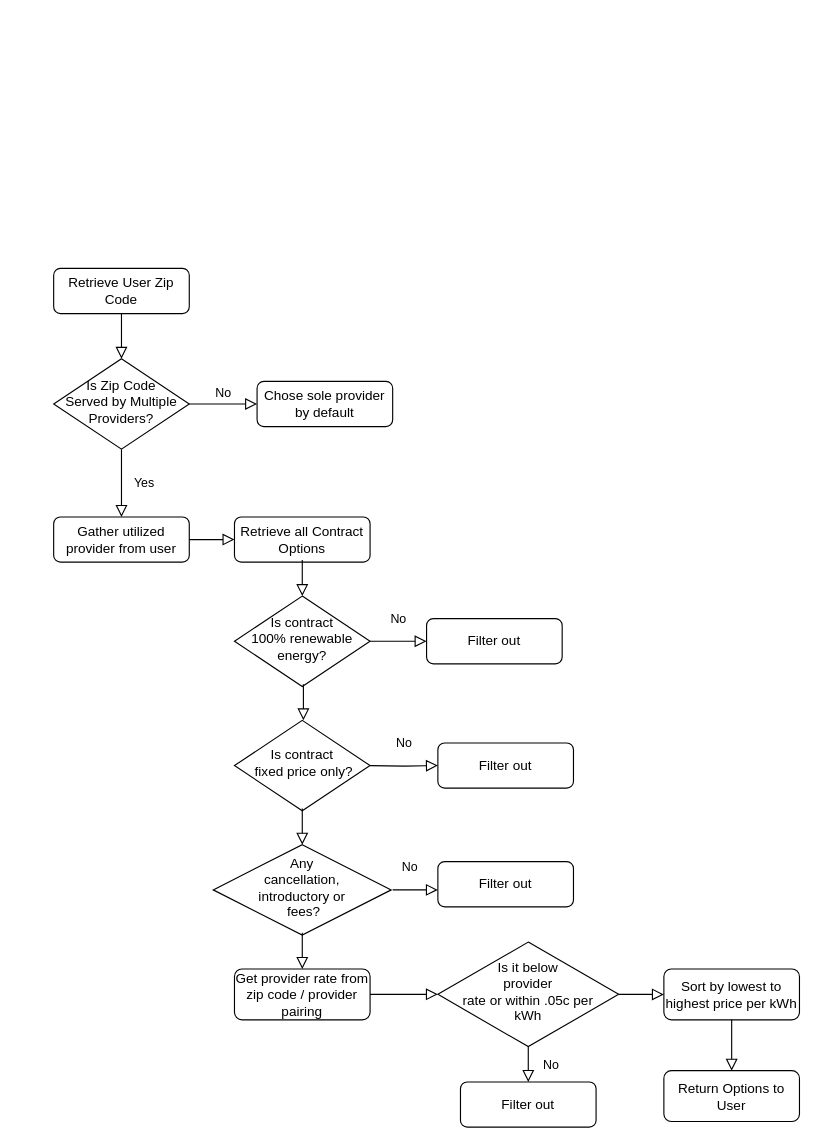
This is documentation/diagrams/SAC-Flow.drawio from PSUCapstone2023-Group1/Clean-Energy-PA, a draw.io file, before an edit. Source tidied: cells renumbered, new cells numbered last; positions are measured from the earlier drawing's top-left corner, leaving out a move shared by most shapes. Both pictures are drawn from the tidied source at 113%, with x=0, y=0 at pixel (53, 268).
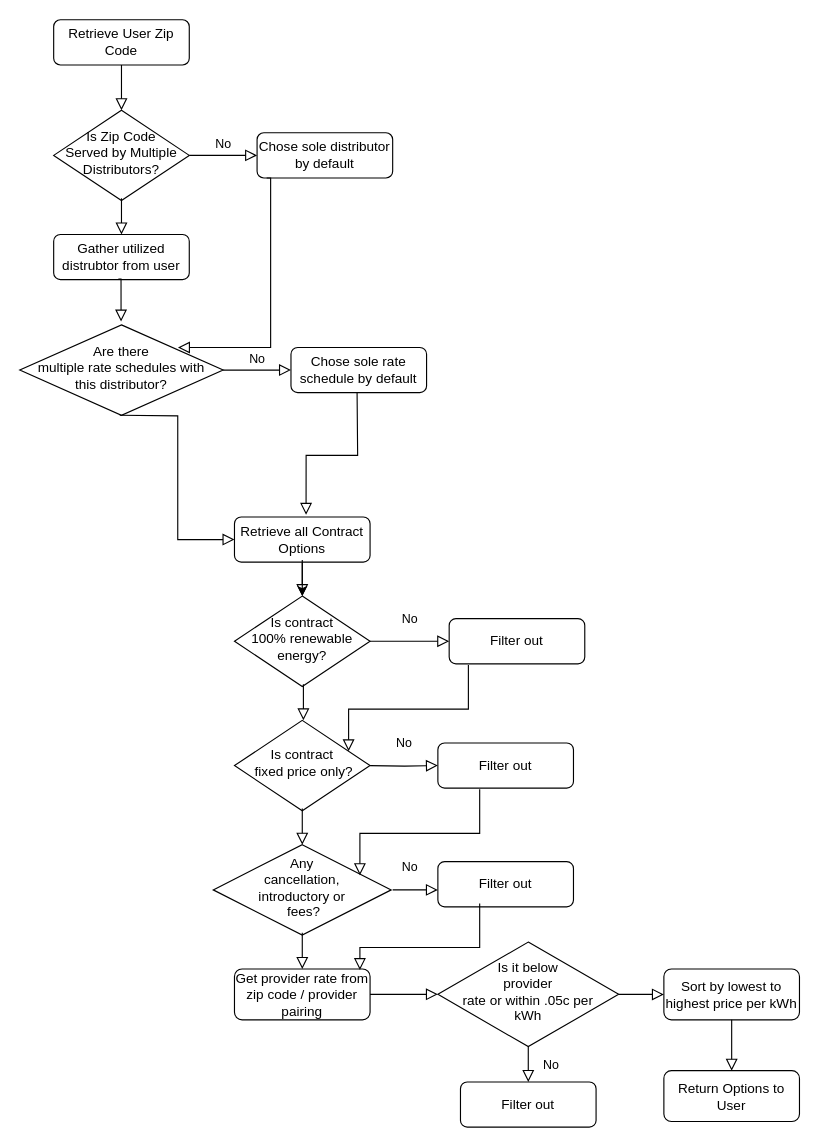
After the change.

Commit message:
Update flow diagram

The change refers to these unchanged cells:
```xml
<mxCell id="8" value="Retrieve all Contract Options" style="rounded=1;whiteSpace=wrap;html=1;fontSize=12;glass=0;strokeWidth=1;shadow=0;" parent="1" vertex="1">
  <mxGeometry x="160" y="220" width="120" height="40" as="geometry" />
</mxCell>
<mxCell id="10" value="Is contract &lt;br&gt;100% renewable &lt;br&gt;energy?" style="rhombus;whiteSpace=wrap;html=1;shadow=0;fontFamily=Helvetica;fontSize=12;align=center;strokeWidth=1;spacing=6;spacingTop=-4;" parent="1" vertex="1">
  <mxGeometry x="160" y="290" width="120" height="80" as="geometry" />
</mxCell>
<mxCell id="11" value="Is contract&lt;br&gt;&amp;nbsp;fixed price only?" style="rhombus;whiteSpace=wrap;html=1;shadow=0;fontFamily=Helvetica;fontSize=12;align=center;strokeWidth=1;spacing=6;spacingTop=-4;" parent="1" vertex="1">
  <mxGeometry x="160" y="400" width="120" height="80" as="geometry" />
</mxCell>
<mxCell id="14" value="Is it below &lt;br&gt;provider &lt;br&gt;rate or within .05c per &lt;br&gt;kWh" style="rhombus;whiteSpace=wrap;html=1;shadow=0;fontFamily=Helvetica;fontSize=12;align=center;strokeWidth=1;spacing=6;spacingTop=-4;" parent="1" vertex="1">
  <mxGeometry x="340" y="596.2" width="160" height="92.5" as="geometry" />
</mxCell>
<mxCell id="15" value="Sort by lowest to highest price per kWh" style="rounded=1;whiteSpace=wrap;html=1;fontSize=12;glass=0;strokeWidth=1;shadow=0;" parent="1" vertex="1">
  <mxGeometry x="540" y="620" width="120" height="45" as="geometry" />
</mxCell>
```

Change to the diagram source:
```diff
@@
-    <mxCell id="2" style="rounded=0;html=1;jettySize=auto;fontSize=11;endArrow=block;endFill=0;endSize=8;strokeWidth=1;shadow=0;labelBackgroundColor=none;edgeStyle=orthogonalEdgeStyle;" parent="1" edge="1" source="3" target="6">
-      <mxGeometry relative="1" as="geometry" />
-    </mxCell>
+    <mxCell id="33" style="rounded=0;html=1;jettySize=auto;fontSize=11;endArrow=block;endFill=0;endSize=8;strokeWidth=1;shadow=0;labelBackgroundColor=none;edgeStyle=orthogonalEdgeStyle;" parent="1" edge="1" source="3" target="35">
+      <mxGeometry relative="1" as="geometry" />
+    </mxCell>
     <mxCell id="3" value="Retrieve User Zip Code" style="rounded=1;whiteSpace=wrap;html=1;fontSize=12;glass=0;strokeWidth=1;shadow=0;" parent="1" vertex="1">
-      <mxGeometry width="120" height="40" as="geometry" />
+      <mxGeometry y="-220" width="120" height="40" as="geometry" />
     </mxCell>
-    <mxCell id="4" value="Yes" style="rounded=0;html=1;jettySize=auto;fontSize=11;endArrow=block;endFill=0;endSize=8;strokeWidth=1;shadow=0;labelBackgroundColor=none;edgeStyle=orthogonalEdgeStyle;" parent="1" edge="1" source="6" target="9">
-      <mxGeometry y="20" relative="1" as="geometry" />
-    </mxCell>
-    <mxCell id="5" value="No" style="edgeStyle=orthogonalEdgeStyle;rounded=0;html=1;jettySize=auto;fontSize=11;endArrow=block;endFill=0;endSize=8;strokeWidth=1;shadow=0;labelBackgroundColor=none;" parent="1" edge="1" source="6" target="7">
-      <mxGeometry y="10" relative="1" as="geometry" />
-    </mxCell>
-    <mxCell id="6" value="Is Zip Code &lt;br&gt;Served by Multiple Providers?" style="rhombus;whiteSpace=wrap;html=1;shadow=0;fontFamily=Helvetica;fontSize=12;align=center;strokeWidth=1;spacing=6;spacingTop=-4;" parent="1" vertex="1">
-      <mxGeometry y="80" width="120" height="80" as="geometry" />
-    </mxCell>
-    <mxCell id="7" value="Chose sole provider by default" style="rounded=1;whiteSpace=wrap;html=1;fontSize=12;glass=0;strokeWidth=1;shadow=0;" parent="1" vertex="1">
-      <mxGeometry x="180" y="100" width="120" height="40" as="geometry" />
-    </mxCell>
+    <mxCell id="34" value="No" style="edgeStyle=orthogonalEdgeStyle;rounded=0;html=1;jettySize=auto;fontSize=11;endArrow=block;endFill=0;endSize=8;strokeWidth=1;shadow=0;labelBackgroundColor=none;" parent="1" edge="1" source="35" target="36">
+      <mxGeometry y="10" relative="1" as="geometry" />
+    </mxCell>
+    <mxCell id="35" value="Is Zip Code &lt;br&gt;Served by Multiple Distributors?" style="rhombus;whiteSpace=wrap;html=1;shadow=0;fontFamily=Helvetica;fontSize=12;align=center;strokeWidth=1;spacing=6;spacingTop=-4;" parent="1" vertex="1">
+      <mxGeometry y="-140" width="120" height="80" as="geometry" />
+    </mxCell>
+    <mxCell id="36" value="Chose sole distributor by default" style="rounded=1;whiteSpace=wrap;html=1;fontSize=12;glass=0;strokeWidth=1;shadow=0;" parent="1" vertex="1">
+      <mxGeometry x="180" y="-120" width="120" height="40" as="geometry" />
+    </mxCell>
+    <mxCell id="37" style="edgeStyle=orthogonalEdgeStyle;rounded=0;jettySize=auto;html=1;" parent="1" edge="1" source="8" target="10">
+      <mxGeometry relative="1" as="geometry" />
+    </mxCell>
@@
-    <mxCell id="9" value="Gather utilized provider from user" style="rounded=1;whiteSpace=wrap;html=1;fontSize=12;glass=0;strokeWidth=1;shadow=0;" parent="1" vertex="1">
-      <mxGeometry y="220" width="120" height="40" as="geometry" />
-    </mxCell>
+    <mxCell id="38" value="Gather utilized distrubtor from user" style="rounded=1;whiteSpace=wrap;html=1;fontSize=12;glass=0;strokeWidth=1;shadow=0;" parent="1" vertex="1">
+      <mxGeometry y="-30" width="120" height="40" as="geometry" />
+    </mxCell>
@@
-    <mxCell id="16" value="Filter out" style="rounded=1;whiteSpace=wrap;html=1;fontSize=12;glass=0;strokeWidth=1;shadow=0;" parent="1" vertex="1">
-      <mxGeometry x="330" y="310" width="120" height="40" as="geometry" />
-    </mxCell>
-    <mxCell id="17" value="No" style="rounded=0;html=1;jettySize=auto;fontSize=11;endArrow=block;endFill=0;endSize=8;strokeWidth=1;shadow=0;labelBackgroundColor=none;edgeStyle=orthogonalEdgeStyle;exitX=1;exitY=0.5;exitDx=0;exitDy=0;entryX=0;entryY=0.5;entryDx=0;entryDy=0;" parent="1" edge="1" source="10" target="16">
-      <mxGeometry y="20" relative="1" as="geometry" />
-    </mxCell>
-    <mxCell id="18" style="edgeStyle=orthogonalEdgeStyle;rounded=0;html=1;jettySize=auto;fontSize=11;endArrow=block;endFill=0;endSize=8;strokeWidth=1;shadow=0;labelBackgroundColor=none;exitX=1;exitY=0.5;exitDx=0;exitDy=0;entryX=0;entryY=0.5;entryDx=0;entryDy=0;" parent="1" edge="1" source="9" target="8">
-      <mxGeometry y="10" relative="1" as="geometry" />
-    </mxCell>
-    <mxCell id="19" style="rounded=0;html=1;jettySize=auto;orthogonalLoop=1;fontSize=11;endArrow=block;endFill=0;endSize=8;strokeWidth=1;shadow=0;labelBackgroundColor=none;edgeStyle=orthogonalEdgeStyle;" parent="1" edge="1">
-      <mxGeometry relative="1" as="geometry">
-        <mxPoint x="220" y="258" as="sourcePoint" />
-        <mxPoint x="220" y="290" as="targetPoint" />
-      </mxGeometry>
-    </mxCell>
-    <mxCell id="20" style="rounded=0;html=1;jettySize=auto;orthogonalLoop=1;fontSize=11;endArrow=block;endFill=0;endSize=8;strokeWidth=1;shadow=0;labelBackgroundColor=none;edgeStyle=orthogonalEdgeStyle;" parent="1" edge="1">
-      <mxGeometry relative="1" as="geometry">
-        <mxPoint x="221" y="368" as="sourcePoint" />
-        <mxPoint x="221" y="400" as="targetPoint" />
-      </mxGeometry>
-    </mxCell>
-    <mxCell id="21" style="rounded=0;html=1;jettySize=auto;orthogonalLoop=1;fontSize=11;endArrow=block;endFill=0;endSize=8;strokeWidth=1;shadow=0;labelBackgroundColor=none;edgeStyle=orthogonalEdgeStyle;" parent="1" edge="1">
-      <mxGeometry relative="1" as="geometry">
-        <mxPoint x="220" y="478" as="sourcePoint" />
-        <mxPoint x="220" y="510" as="targetPoint" />
-      </mxGeometry>
-    </mxCell>
-    <mxCell id="22" style="rounded=0;html=1;jettySize=auto;orthogonalLoop=1;fontSize=11;endArrow=block;endFill=0;endSize=8;strokeWidth=1;shadow=0;labelBackgroundColor=none;edgeStyle=orthogonalEdgeStyle;" parent="1" edge="1">
-      <mxGeometry relative="1" as="geometry">
-        <mxPoint x="220" y="588" as="sourcePoint" />
-        <mxPoint x="220" y="620" as="targetPoint" />
-      </mxGeometry>
-    </mxCell>
+    <mxCell id="39" value="Filter out" style="rounded=1;whiteSpace=wrap;html=1;fontSize=12;glass=0;strokeWidth=1;shadow=0;" parent="1" vertex="1">
+      <mxGeometry x="350" y="310" width="120" height="40" as="geometry" />
+    </mxCell>
+    <mxCell id="40" value="No" style="rounded=0;html=1;jettySize=auto;fontSize=11;endArrow=block;endFill=0;endSize=8;strokeWidth=1;shadow=0;labelBackgroundColor=none;edgeStyle=orthogonalEdgeStyle;exitX=1;exitY=0.5;exitDx=0;exitDy=0;entryX=0;entryY=0.5;entryDx=0;entryDy=0;" parent="1" edge="1" source="10" target="39">
+      <mxGeometry y="20" relative="1" as="geometry" />
+    </mxCell>
+    <mxCell id="41" style="rounded=0;html=1;jettySize=auto;orthogonalLoop=1;fontSize=11;endArrow=block;endFill=0;endSize=8;strokeWidth=1;shadow=0;labelBackgroundColor=none;edgeStyle=orthogonalEdgeStyle;" parent="1" edge="1">
+      <mxGeometry relative="1" as="geometry">
+        <mxPoint x="220" y="258" as="sourcePoint" />
+        <mxPoint x="220" y="290" as="targetPoint" />
+      </mxGeometry>
+    </mxCell>
+    <mxCell id="42" style="rounded=0;html=1;jettySize=auto;orthogonalLoop=1;fontSize=11;endArrow=block;endFill=0;endSize=8;strokeWidth=1;shadow=0;labelBackgroundColor=none;edgeStyle=orthogonalEdgeStyle;" parent="1" edge="1">
+      <mxGeometry relative="1" as="geometry">
+        <mxPoint x="221" y="368" as="sourcePoint" />
+        <mxPoint x="221" y="400" as="targetPoint" />
+      </mxGeometry>
+    </mxCell>
+    <mxCell id="43" style="rounded=0;html=1;jettySize=auto;orthogonalLoop=1;fontSize=11;endArrow=block;endFill=0;endSize=8;strokeWidth=1;shadow=0;labelBackgroundColor=none;edgeStyle=orthogonalEdgeStyle;" parent="1" edge="1">
+      <mxGeometry relative="1" as="geometry">
+        <mxPoint x="220" y="478" as="sourcePoint" />
+        <mxPoint x="220" y="510" as="targetPoint" />
+      </mxGeometry>
+    </mxCell>
+    <mxCell id="44" style="rounded=0;html=1;jettySize=auto;orthogonalLoop=1;fontSize=11;endArrow=block;endFill=0;endSize=8;strokeWidth=1;shadow=0;labelBackgroundColor=none;edgeStyle=orthogonalEdgeStyle;" parent="1" edge="1">
+      <mxGeometry relative="1" as="geometry">
+        <mxPoint x="220" y="588" as="sourcePoint" />
+        <mxPoint x="220" y="620" as="targetPoint" />
+      </mxGeometry>
+    </mxCell>
@@
-    <mxCell id="24" value="Filter out" style="rounded=1;whiteSpace=wrap;html=1;fontSize=12;glass=0;strokeWidth=1;shadow=0;" parent="1" vertex="1">
-      <mxGeometry x="340" y="420" width="120" height="40" as="geometry" />
-    </mxCell>
-    <mxCell id="25" value="Filter out" style="rounded=1;whiteSpace=wrap;html=1;fontSize=12;glass=0;strokeWidth=1;shadow=0;" parent="1" vertex="1">
-      <mxGeometry x="340" y="525" width="120" height="40" as="geometry" />
-    </mxCell>
-    <mxCell id="26" value="No" style="rounded=0;html=1;jettySize=auto;fontSize=11;endArrow=block;endFill=0;endSize=8;strokeWidth=1;shadow=0;labelBackgroundColor=none;edgeStyle=orthogonalEdgeStyle;exitX=1;exitY=0.5;exitDx=0;exitDy=0;entryX=0;entryY=0.5;entryDx=0;entryDy=0;" parent="1" edge="1" target="24">
-      <mxGeometry y="20" relative="1" as="geometry">
-        <mxPoint x="280" y="440" as="sourcePoint" />
-      </mxGeometry>
-    </mxCell>
+    <mxCell id="45" value="Filter out" style="rounded=1;whiteSpace=wrap;html=1;fontSize=12;glass=0;strokeWidth=1;shadow=0;" parent="1" vertex="1">
+      <mxGeometry x="340" y="420" width="120" height="40" as="geometry" />
+    </mxCell>
+    <mxCell id="46" value="Filter out" style="rounded=1;whiteSpace=wrap;html=1;fontSize=12;glass=0;strokeWidth=1;shadow=0;" parent="1" vertex="1">
+      <mxGeometry x="340" y="525" width="120" height="40" as="geometry" />
+    </mxCell>
+    <mxCell id="47" value="No" style="rounded=0;html=1;jettySize=auto;fontSize=11;endArrow=block;endFill=0;endSize=8;strokeWidth=1;shadow=0;labelBackgroundColor=none;edgeStyle=orthogonalEdgeStyle;exitX=1;exitY=0.5;exitDx=0;exitDy=0;entryX=0;entryY=0.5;entryDx=0;entryDy=0;" parent="1" edge="1" target="45">
+      <mxGeometry y="20" relative="1" as="geometry">
+        <mxPoint x="280" y="440" as="sourcePoint" />
+      </mxGeometry>
+    </mxCell>
@@
-    <mxCell id="28" value="Filter out" style="rounded=1;whiteSpace=wrap;html=1;fontSize=12;glass=0;strokeWidth=1;shadow=0;" parent="1" vertex="1">
-      <mxGeometry x="360" y="720" width="120" height="40" as="geometry" />
-    </mxCell>
+    <mxCell id="48" value="Filter out" style="rounded=1;whiteSpace=wrap;html=1;fontSize=12;glass=0;strokeWidth=1;shadow=0;" parent="1" vertex="1">
+      <mxGeometry x="360" y="720" width="120" height="40" as="geometry" />
+    </mxCell>
-    <mxCell id="29" value="No" style="rounded=0;html=1;jettySize=auto;fontSize=11;endArrow=block;endFill=0;endSize=8;strokeWidth=1;shadow=0;labelBackgroundColor=none;edgeStyle=orthogonalEdgeStyle;entryX=0.5;entryY=0;entryDx=0;entryDy=0;exitX=0.5;exitY=1;exitDx=0;exitDy=0;" parent="1" edge="1" source="14" target="28">
+    <mxCell id="29" value="No" style="rounded=0;html=1;jettySize=auto;fontSize=11;endArrow=block;endFill=0;endSize=8;strokeWidth=1;shadow=0;labelBackgroundColor=none;edgeStyle=orthogonalEdgeStyle;entryX=0.5;entryY=0;entryDx=0;entryDy=0;exitX=0.5;exitY=1;exitDx=0;exitDy=0;" parent="1" edge="1" source="14" target="48">
       <mxGeometry y="20" relative="1" as="geometry" />
     </mxCell>
@@
-    <mxCell id="32" style="rounded=0;html=1;jettySize=auto;fontSize=11;endArrow=block;endFill=0;endSize=8;strokeWidth=1;shadow=0;labelBackgroundColor=none;edgeStyle=orthogonalEdgeStyle;exitX=0.5;exitY=1;exitDx=0;exitDy=0;" parent="1" edge="1" source="15">
-      <mxGeometry relative="1" as="geometry">
-        <mxPoint x="600" y="710" as="targetPoint" />
-      </mxGeometry>
-    </mxCell>
+    <mxCell id="49" style="rounded=0;html=1;jettySize=auto;fontSize=11;endArrow=block;endFill=0;endSize=8;strokeWidth=1;shadow=0;labelBackgroundColor=none;edgeStyle=orthogonalEdgeStyle;exitX=0.5;exitY=1;exitDx=0;exitDy=0;" parent="1" edge="1" source="15">
+      <mxGeometry relative="1" as="geometry">
+        <mxPoint x="600" y="710" as="targetPoint" />
+      </mxGeometry>
+    </mxCell>
+    <mxCell id="50" value="Are there &lt;br&gt;multiple rate schedules with&lt;br&gt;this distributor?" style="rhombus;whiteSpace=wrap;html=1;shadow=0;fontFamily=Helvetica;fontSize=12;align=center;strokeWidth=1;spacing=6;spacingTop=-4;" parent="1" vertex="1">
+      <mxGeometry x="-30" y="50" width="180" height="80" as="geometry" />
+    </mxCell>
+    <mxCell id="51" value="Chose sole rate schedule by default" style="rounded=1;whiteSpace=wrap;html=1;fontSize=12;glass=0;strokeWidth=1;shadow=0;" parent="1" vertex="1">
+      <mxGeometry x="210" y="70" width="120" height="40" as="geometry" />
+    </mxCell>
+    <mxCell id="52" style="rounded=0;html=1;jettySize=auto;orthogonalLoop=1;fontSize=11;endArrow=block;endFill=0;endSize=8;strokeWidth=1;shadow=0;labelBackgroundColor=none;edgeStyle=orthogonalEdgeStyle;" parent="1" edge="1">
+      <mxGeometry relative="1" as="geometry">
+        <mxPoint x="60" y="-62" as="sourcePoint" />
+        <mxPoint x="60" y="-30" as="targetPoint" />
+      </mxGeometry>
+    </mxCell>
+    <mxCell id="53" value="No" style="edgeStyle=orthogonalEdgeStyle;rounded=0;html=1;jettySize=auto;orthogonalLoop=1;fontSize=11;endArrow=block;endFill=0;endSize=8;strokeWidth=1;shadow=0;labelBackgroundColor=none;" parent="1" edge="1">
+      <mxGeometry y="10" relative="1" as="geometry">
+        <mxPoint x="150" y="90" as="sourcePoint" />
+        <mxPoint x="210" y="90" as="targetPoint" />
+      </mxGeometry>
+    </mxCell>
+    <mxCell id="54" style="rounded=0;html=1;jettySize=auto;fontSize=11;endArrow=block;endFill=0;endSize=8;strokeWidth=1;shadow=0;labelBackgroundColor=none;edgeStyle=orthogonalEdgeStyle;exitX=0.477;exitY=0.987;exitDx=0;exitDy=0;exitPerimeter=0;entryX=0.498;entryY=-0.037;entryDx=0;entryDy=0;entryPerimeter=0;" parent="1" edge="1" source="38" target="50">
+      <mxGeometry relative="1" as="geometry" />
+    </mxCell>
+    <mxCell id="55" style="rounded=0;html=1;jettySize=auto;fontSize=11;endArrow=block;endFill=0;endSize=8;strokeWidth=1;shadow=0;labelBackgroundColor=none;edgeStyle=orthogonalEdgeStyle;exitX=0.477;exitY=0.987;exitDx=0;exitDy=0;exitPerimeter=0;entryX=0;entryY=0.5;entryDx=0;entryDy=0;" parent="1" edge="1" target="8">
+      <mxGeometry relative="1" as="geometry">
+        <mxPoint x="58.5" y="130" as="sourcePoint" />
+      </mxGeometry>
+    </mxCell>
+    <mxCell id="56" style="rounded=0;html=1;jettySize=auto;fontSize=11;endArrow=block;endFill=0;endSize=8;strokeWidth=1;shadow=0;labelBackgroundColor=none;edgeStyle=orthogonalEdgeStyle;exitX=0.477;exitY=0.987;exitDx=0;exitDy=0;exitPerimeter=0;entryX=0.528;entryY=-0.047;entryDx=0;entryDy=0;entryPerimeter=0;" parent="1" edge="1" target="8">
+      <mxGeometry relative="1" as="geometry">
+        <mxPoint x="268.5" y="110" as="sourcePoint" />
+      </mxGeometry>
+    </mxCell>
+    <mxCell id="57" style="rounded=0;html=1;jettySize=auto;orthogonalLoop=1;fontSize=11;endArrow=block;endFill=0;endSize=8;strokeWidth=1;shadow=0;labelBackgroundColor=none;edgeStyle=orthogonalEdgeStyle;exitX=0.477;exitY=0.987;exitDx=0;exitDy=0;exitPerimeter=0;" parent="1" edge="1">
+      <mxGeometry relative="1" as="geometry">
+        <mxPoint x="188.5" y="-80" as="sourcePoint" />
+        <mxPoint x="110" y="70" as="targetPoint" />
+        <Array as="points">
+          <mxPoint x="192" y="-80" />
+          <mxPoint x="192" y="70" />
+          <mxPoint x="110" y="70" />
+        </Array>
+      </mxGeometry>
+    </mxCell>
+    <mxCell id="58" style="rounded=0;html=1;jettySize=auto;fontSize=11;endArrow=block;endFill=0;endSize=8;strokeWidth=1;shadow=0;labelBackgroundColor=none;edgeStyle=orthogonalEdgeStyle;exitX=0.477;exitY=0.987;exitDx=0;exitDy=0;exitPerimeter=0;" parent="1" edge="1" target="11">
+      <mxGeometry relative="1" as="geometry">
+        <mxPoint x="367" y="351" as="sourcePoint" />
+        <Array as="points">
+          <mxPoint x="367" y="390" />
+          <mxPoint x="261" y="390" />
+        </Array>
+      </mxGeometry>
+    </mxCell>
+    <mxCell id="59" style="rounded=0;html=1;jettySize=auto;orthogonalLoop=1;fontSize=11;endArrow=block;endFill=0;endSize=8;strokeWidth=1;shadow=0;labelBackgroundColor=none;edgeStyle=orthogonalEdgeStyle;exitX=0.477;exitY=0.987;exitDx=0;exitDy=0;exitPerimeter=0;" parent="1" edge="1">
+      <mxGeometry relative="1" as="geometry">
+        <mxPoint x="377" y="461" as="sourcePoint" />
+        <mxPoint x="271" y="537" as="targetPoint" />
+        <Array as="points">
+          <mxPoint x="377" y="500" />
+          <mxPoint x="271" y="500" />
+        </Array>
+      </mxGeometry>
+    </mxCell>
+    <mxCell id="60" style="rounded=0;html=1;jettySize=auto;orthogonalLoop=1;fontSize=11;endArrow=block;endFill=0;endSize=8;strokeWidth=1;shadow=0;labelBackgroundColor=none;edgeStyle=orthogonalEdgeStyle;exitX=0.477;exitY=0.987;exitDx=0;exitDy=0;exitPerimeter=0;" parent="1" edge="1">
+      <mxGeometry relative="1" as="geometry">
+        <mxPoint x="377" y="562" as="sourcePoint" />
+        <mxPoint x="271" y="621" as="targetPoint" />
+        <Array as="points">
+          <mxPoint x="377" y="601" />
+          <mxPoint x="271" y="601" />
+        </Array>
+      </mxGeometry>
+    </mxCell>
```
